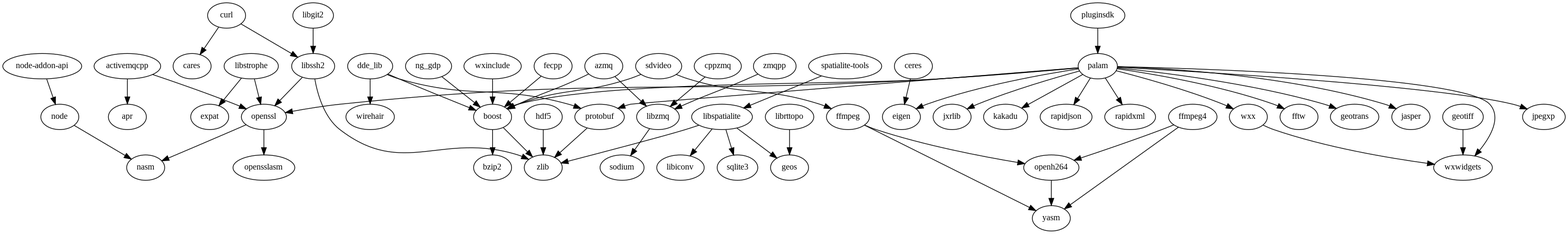
externpro/externpro keeps this Graphviz diagram as cmake/deps.png. Above is the earlier version. Its source is kept beside it as cmake/deps.dot.
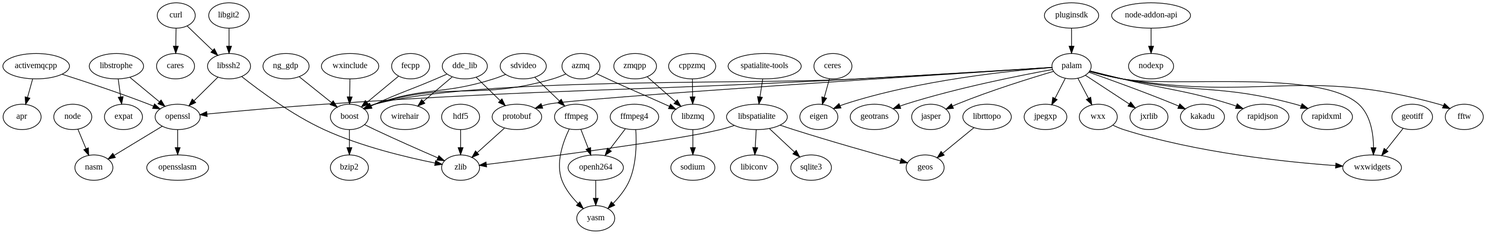
After the change.

Commit message:
pros: node-addon-api v3.0.2.1 from github/externpro

What changed in the source:
```diff
@@ -33,7 +33,7 @@
   "libzmq" -> "sodium";
   "ng_gdp" -> "boost";
   "node" -> "nasm";
-  "node-addon-api" -> "node";
+  "node-addon-api" -> "nodexp";
   "openh264" -> "yasm";
   "openssl" -> "nasm";
   "openssl" -> "opensslasm";
```
